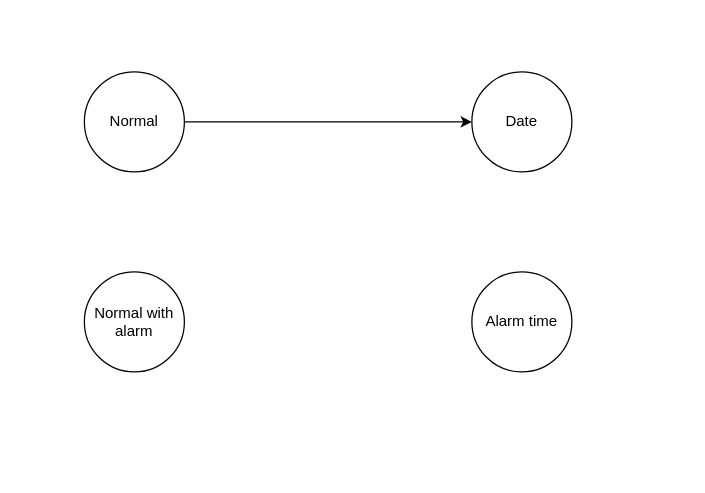
This is page "Clock" (1 of 3) of Stopwatch FSM.drawio from epicfletch/UWE-Stopwatch-3LM, a draw.io file, before an edit. Source tidied: cells renumbered, new cells numbered last; positions are measured from the earlier drawing's top-left corner, leaving out a move shared by most shapes. Both pictures are drawn from the tidied source at 125%, with x=0, y=0 at pixel (84, 71).
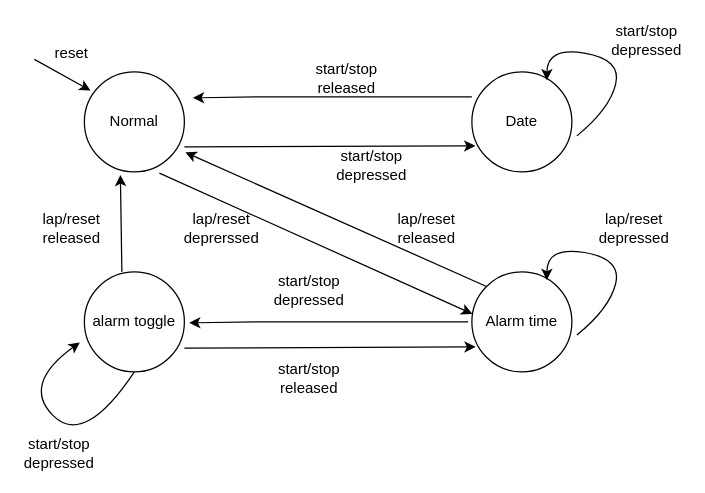
Above is the later version.

Commit message:
adds Clock fsm

Unchanged cells that the change refers to:
```xml
<mxCell id="2" value="Normal" style="ellipse;whiteSpace=wrap;html=1;" parent="1" vertex="1">
  <mxGeometry width="80" height="80" as="geometry" />
</mxCell>
<mxCell id="3" value="Date" style="ellipse;whiteSpace=wrap;html=1;" parent="1" vertex="1">
  <mxGeometry x="310" width="80" height="80" as="geometry" />
</mxCell>
<mxCell id="5" value="Alarm time" style="ellipse;whiteSpace=wrap;html=1;" parent="1" vertex="1">
  <mxGeometry x="310" y="160" width="80" height="80" as="geometry" />
</mxCell>
```

Change to the diagram source:
```diff
@@
-    <mxCell id="4" value="Normal with alarm" style="ellipse;whiteSpace=wrap;html=1;" parent="1" vertex="1">
+    <mxCell id="4" value="alarm toggle" style="ellipse;whiteSpace=wrap;html=1;" parent="1" vertex="1">
       <mxGeometry y="160" width="80" height="80" as="geometry" />
     </mxCell>
@@
-    <mxCell id="6" style="endArrow=classic;html=1;rounded=0;exitX=1;exitY=0.5;exitDx=0;exitDy=0;entryX=0;entryY=0.5;entryDx=0;entryDy=0;" parent="1" edge="1" source="2" target="3">
-      <mxGeometry relative="1" as="geometry" />
+    <mxCell id="6" style="endArrow=classic;html=1;rounded=0;exitX=1;exitY=0.5;exitDx=0;exitDy=0;entryX=0.035;entryY=0.74;entryDx=0;entryDy=0;entryPerimeter=0;" parent="1" edge="1" target="3">
+      <mxGeometry relative="1" as="geometry">
+        <mxPoint x="80" y="60" as="sourcePoint" />
+      </mxGeometry>
     </mxCell>
+    <mxCell id="7" style="endArrow=classic;html=1;rounded=0;entryX=1.085;entryY=0.385;entryDx=0;entryDy=0;entryPerimeter=0;" parent="1" edge="1">
+      <mxGeometry relative="1" as="geometry">
+        <mxPoint x="310" y="20" as="sourcePoint" />
+        <mxPoint x="86.8" y="20.8" as="targetPoint" />
+        <Array as="points">
+          <mxPoint x="140" y="20" />
+        </Array>
+      </mxGeometry>
+    </mxCell>
+    <mxCell id="8" value="start/stop depressed" style="text;html=1;align=center;verticalAlign=middle;whiteSpace=wrap;rounded=0;" parent="1" vertex="1">
+      <mxGeometry x="200" y="60" width="60" height="30" as="geometry" />
+    </mxCell>
+    <mxCell id="9" value="reset" style="text;html=1;align=center;verticalAlign=middle;whiteSpace=wrap;rounded=0;" parent="1" vertex="1">
+      <mxGeometry x="-40" y="-30" width="60" height="30" as="geometry" />
+    </mxCell>
+    <mxCell id="10" style="curved=1;endArrow=classic;html=1;rounded=0;exitX=1.05;exitY=0.64;exitDx=0;exitDy=0;exitPerimeter=0;entryX=0.75;entryY=0.085;entryDx=0;entryDy=0;entryPerimeter=0;" parent="1" edge="1" source="3" target="3">
+      <mxGeometry relative="1" as="geometry">
+        <Array as="points">
+          <mxPoint x="420" y="30" />
+          <mxPoint x="430" y="-10" />
+          <mxPoint x="370" y="-20" />
+        </Array>
+      </mxGeometry>
+    </mxCell>
+    <mxCell id="11" value="start/stop depressed" style="text;html=1;align=center;verticalAlign=middle;whiteSpace=wrap;rounded=0;" parent="1" vertex="1">
+      <mxGeometry x="420" y="-40" width="60" height="30" as="geometry" />
+    </mxCell>
+    <mxCell id="12" style="endArrow=classic;html=1;rounded=0;exitX=1;exitY=0.5;exitDx=0;exitDy=0;entryX=0.005;entryY=0.42;entryDx=0;entryDy=0;entryPerimeter=0;" parent="1" edge="1" target="5">
+      <mxGeometry relative="1" as="geometry">
+        <mxPoint x="60" y="81" as="sourcePoint" />
+      </mxGeometry>
+    </mxCell>
+    <mxCell id="13" style="endArrow=classic;html=1;rounded=0;exitX=0;exitY=0;exitDx=0;exitDy=0;entryX=1.01;entryY=0.805;entryDx=0;entryDy=0;entryPerimeter=0;" parent="1" edge="1" source="5" target="2">
+      <mxGeometry relative="1" as="geometry" />
+    </mxCell>
+    <mxCell id="14" value="lap/reset deprerssed" style="text;html=1;align=center;verticalAlign=middle;whiteSpace=wrap;rounded=0;" parent="1" vertex="1">
+      <mxGeometry x="80" y="110" width="60" height="30" as="geometry" />
+    </mxCell>
+    <mxCell id="15" value="lap/reset released" style="text;html=1;align=center;verticalAlign=middle;whiteSpace=wrap;rounded=0;" parent="1" vertex="1">
+      <mxGeometry x="243.5" y="110" width="60" height="30" as="geometry" />
+    </mxCell>
+    <mxCell id="16" style="endArrow=classic;html=1;rounded=0;exitX=1;exitY=0.5;exitDx=0;exitDy=0;entryX=0.035;entryY=0.74;entryDx=0;entryDy=0;entryPerimeter=0;" parent="1" edge="1">
+      <mxGeometry relative="1" as="geometry">
+        <mxPoint x="80" y="221" as="sourcePoint" />
+        <mxPoint x="313" y="220" as="targetPoint" />
+      </mxGeometry>
+    </mxCell>
+    <mxCell id="17" style="endArrow=classic;html=1;rounded=0;entryX=1.085;entryY=0.385;entryDx=0;entryDy=0;entryPerimeter=0;" parent="1" edge="1">
+      <mxGeometry relative="1" as="geometry">
+        <mxPoint x="307" y="200" as="sourcePoint" />
+        <mxPoint x="83.8" y="200.8" as="targetPoint" />
+        <Array as="points">
+          <mxPoint x="137" y="200" />
+        </Array>
+      </mxGeometry>
+    </mxCell>
+    <mxCell id="18" value="start/stop depressed" style="text;html=1;align=center;verticalAlign=middle;whiteSpace=wrap;rounded=0;" parent="1" vertex="1">
+      <mxGeometry x="150" y="160" width="60" height="30" as="geometry" />
+    </mxCell>
+    <mxCell id="19" value="start/stop released" style="text;html=1;align=center;verticalAlign=middle;whiteSpace=wrap;rounded=0;" parent="1" vertex="1">
+      <mxGeometry x="150" y="230" width="60" height="30" as="geometry" />
+    </mxCell>
+    <mxCell id="20" style="curved=1;endArrow=classic;html=1;rounded=0;exitX=1.05;exitY=0.64;exitDx=0;exitDy=0;exitPerimeter=0;entryX=0.75;entryY=0.085;entryDx=0;entryDy=0;entryPerimeter=0;" parent="1" edge="1">
+      <mxGeometry relative="1" as="geometry">
+        <mxPoint x="394" y="210.5" as="sourcePoint" />
+        <mxPoint x="370" y="166.5" as="targetPoint" />
+        <Array as="points">
+          <mxPoint x="420" y="189.5" />
+          <mxPoint x="430" y="149.5" />
+          <mxPoint x="370" y="139.5" />
+        </Array>
+      </mxGeometry>
+    </mxCell>
+    <mxCell id="21" value="lap/reset depressed" style="text;html=1;align=center;verticalAlign=middle;whiteSpace=wrap;rounded=0;" parent="1" vertex="1">
+      <mxGeometry x="410" y="110" width="60" height="30" as="geometry" />
+    </mxCell>
+    <mxCell id="22" style="endArrow=classic;html=1;rounded=0;entryX=0.36;entryY=1.03;entryDx=0;entryDy=0;entryPerimeter=0;" parent="1" edge="1" target="2">
+      <mxGeometry relative="1" as="geometry">
+        <mxPoint x="30" y="160" as="sourcePoint" />
+      </mxGeometry>
+    </mxCell>
+    <mxCell id="23" value="lap/reset released" style="text;html=1;align=center;verticalAlign=middle;whiteSpace=wrap;rounded=0;" parent="1" vertex="1">
+      <mxGeometry x="-40" y="110" width="60" height="30" as="geometry" />
+    </mxCell>
+    <mxCell id="24" style="curved=1;endArrow=classic;html=1;rounded=0;entryX=-0.045;entryY=0.705;entryDx=0;entryDy=0;entryPerimeter=0;exitX=0.5;exitY=1;exitDx=0;exitDy=0;" parent="1" edge="1" source="4" target="4">
+      <mxGeometry relative="1" as="geometry">
+        <Array as="points">
+          <mxPoint y="300" />
+          <mxPoint x="-50" y="250" />
+        </Array>
+      </mxGeometry>
+    </mxCell>
+    <mxCell id="25" value="start/stop depressed" style="text;html=1;align=center;verticalAlign=middle;whiteSpace=wrap;rounded=0;" parent="1" vertex="1">
+      <mxGeometry x="-50" y="290" width="60" height="30" as="geometry" />
+    </mxCell>
+    <mxCell id="26" style="endArrow=classic;html=1;rounded=0;" parent="1" edge="1">
+      <mxGeometry relative="1" as="geometry">
+        <mxPoint x="-40" y="-10" as="sourcePoint" />
+        <mxPoint x="5" y="15" as="targetPoint" />
+      </mxGeometry>
+    </mxCell>
+    <mxCell id="27" value="start/stop released" style="text;html=1;align=center;verticalAlign=middle;whiteSpace=wrap;rounded=0;" parent="1" vertex="1">
+      <mxGeometry x="180" y="-10" width="60" height="30" as="geometry" />
+    </mxCell>
```
